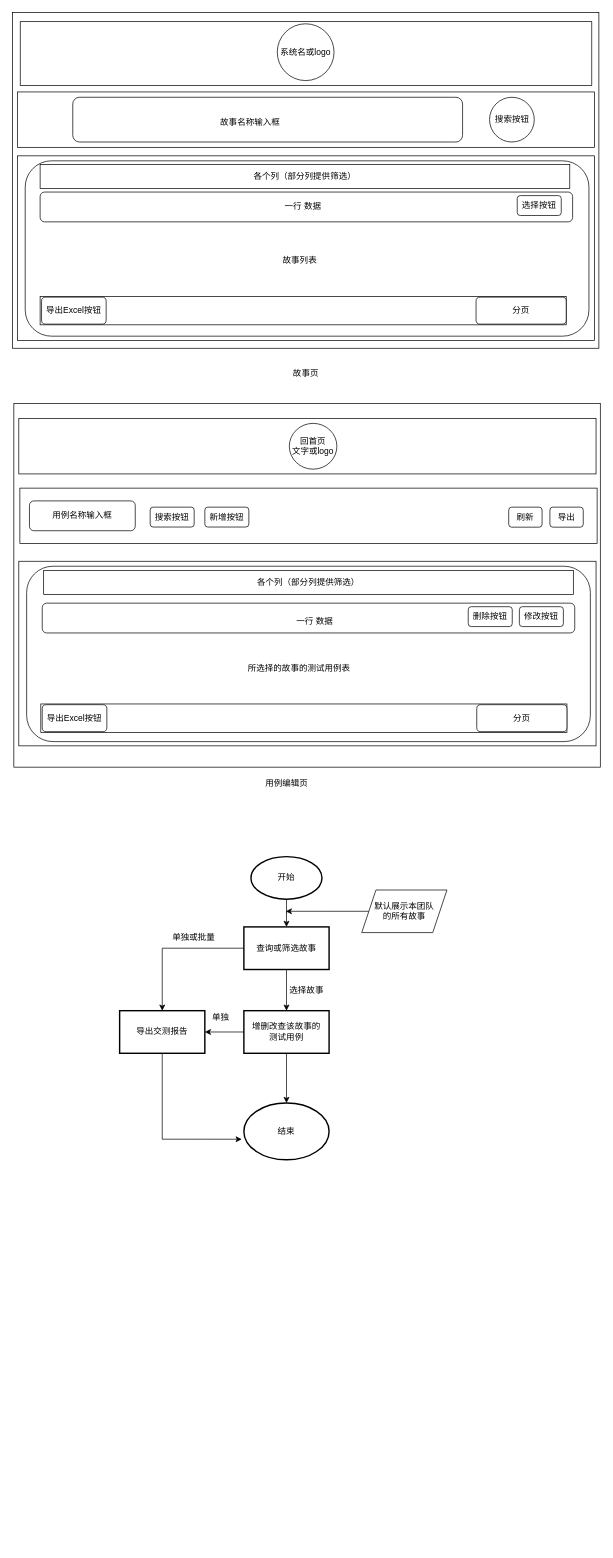
The draw.io diagram DrawIO/Untitled Diagram.drawio in LancePeng42/Pic-Bed, before the edit. Source tidied: cells renumbered, new cells numbered last; positions are measured from the earlier drawing's top-left corner, leaving out a move shared by most shapes. Both pictures are drawn from the tidied source at 71%, with x=0, y=0 at pixel (12, 12).
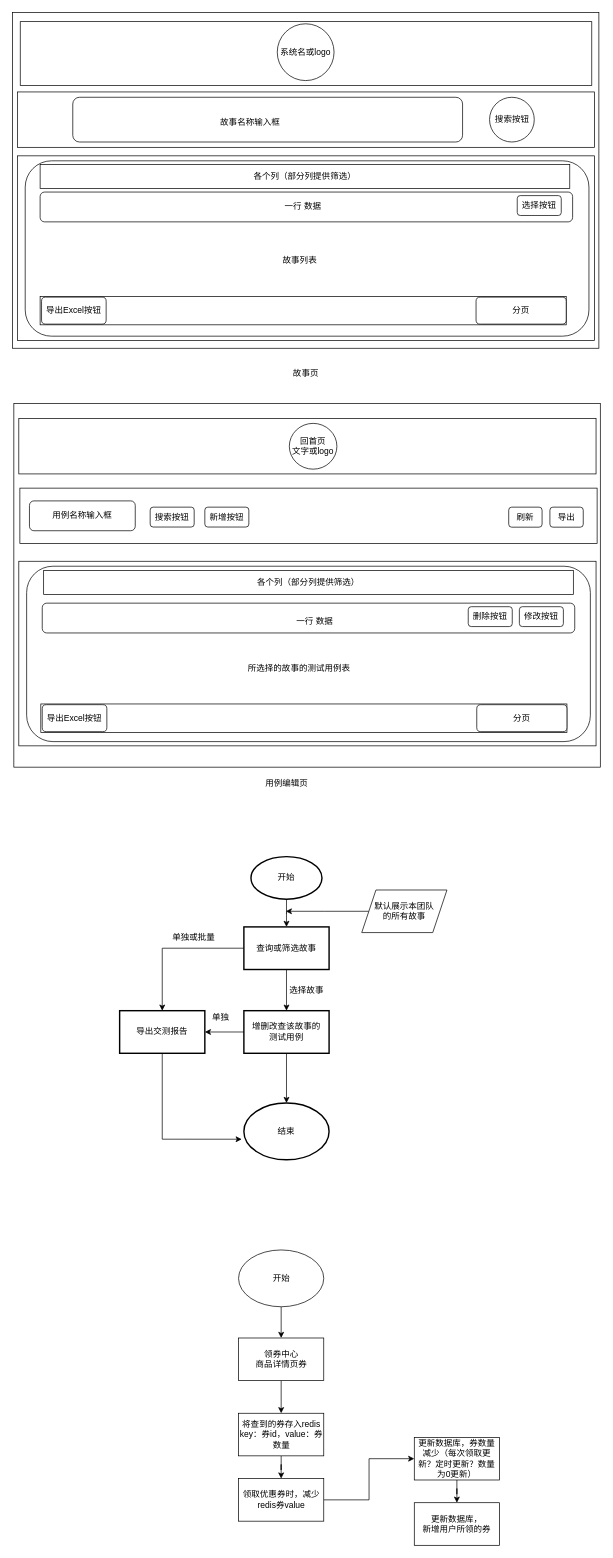
After the change.

Commit message:
更新Untitled Diagram.drawio redis 优惠券并发草稿

Change to the diagram source:
```diff
@@
+    <mxCell id="58" style="edgeStyle=orthogonalEdgeStyle;rounded=0;jettySize=auto;html=1;" parent="1" edge="1" source="59" target="61">
+      <mxGeometry relative="1" as="geometry" />
+    </mxCell>
+    <mxCell id="59" value="开始" style="ellipse;whiteSpace=wrap;html=1;" parent="1" vertex="1">
+      <mxGeometry x="318.5" y="1743" width="120" height="80" as="geometry" />
+    </mxCell>
+    <mxCell id="60" style="edgeStyle=orthogonalEdgeStyle;rounded=0;jettySize=auto;html=1;" parent="1" edge="1" source="61" target="63">
+      <mxGeometry relative="1" as="geometry" />
+    </mxCell>
+    <mxCell id="61" value="领券中心&lt;br&gt;商品详情页券" style="whiteSpace=wrap;html=1;" parent="1" vertex="1">
+      <mxGeometry x="318.5" y="1867" width="120" height="60" as="geometry" />
+    </mxCell>
+    <mxCell id="62" style="edgeStyle=orthogonalEdgeStyle;rounded=0;jettySize=auto;html=1;" parent="1" edge="1" source="63" target="65">
+      <mxGeometry relative="1" as="geometry" />
+    </mxCell>
+    <mxCell id="63" value="将查到的券存入redis&lt;br&gt;key：券id，value：券数量" style="whiteSpace=wrap;html=1;" parent="1" vertex="1">
+      <mxGeometry x="318.5" y="1973" width="120" height="60" as="geometry" />
+    </mxCell>
+    <mxCell id="64" style="edgeStyle=orthogonalEdgeStyle;rounded=0;jettySize=auto;html=1;" parent="1" edge="1" source="65" target="67">
+      <mxGeometry relative="1" as="geometry" />
+    </mxCell>
+    <mxCell id="65" value="领取优惠券时，减少redis券value&lt;br&gt;" style="whiteSpace=wrap;html=1;" parent="1" vertex="1">
+      <mxGeometry x="318.5" y="2065" width="120" height="60" as="geometry" />
+    </mxCell>
+    <mxCell id="66" style="edgeStyle=orthogonalEdgeStyle;rounded=0;jettySize=auto;html=1;" parent="1" edge="1" source="67" target="68">
+      <mxGeometry relative="1" as="geometry" />
+    </mxCell>
+    <mxCell id="67" value="更新数据库，券数量减少（每次领取更新？定时更新？数量为0更新）" style="whiteSpace=wrap;html=1;" parent="1" vertex="1">
+      <mxGeometry x="566" y="2007" width="120" height="60" as="geometry" />
+    </mxCell>
+    <mxCell id="68" value="更新数据库，&lt;br&gt;新增用户所领的券" style="whiteSpace=wrap;html=1;" parent="1" vertex="1">
+      <mxGeometry x="566" y="2099" width="120" height="60" as="geometry" />
+    </mxCell>
```
